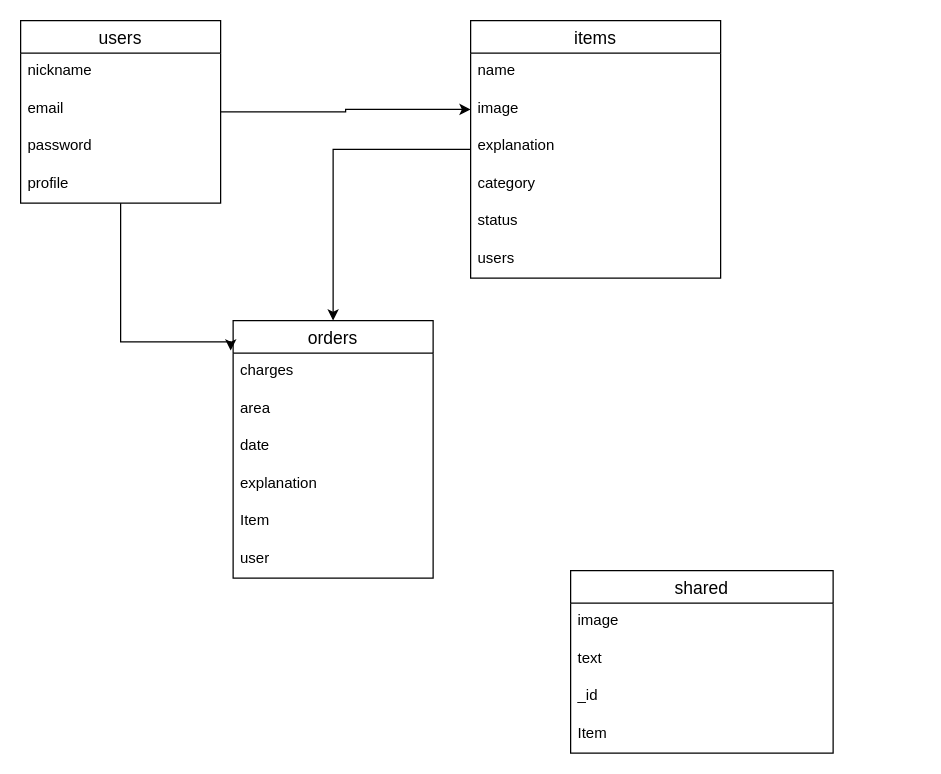
The draw.io diagram ER図.dio in Koutoubu/furima-35645, before the edit. Source tidied: cells renumbered, new cells numbered last; positions are measured from the earlier drawing's top-left corner, leaving out a move shared by most shapes. Both pictures are drawn from the tidied source at 125%, with x=0, y=0 at pixel (20, 20).
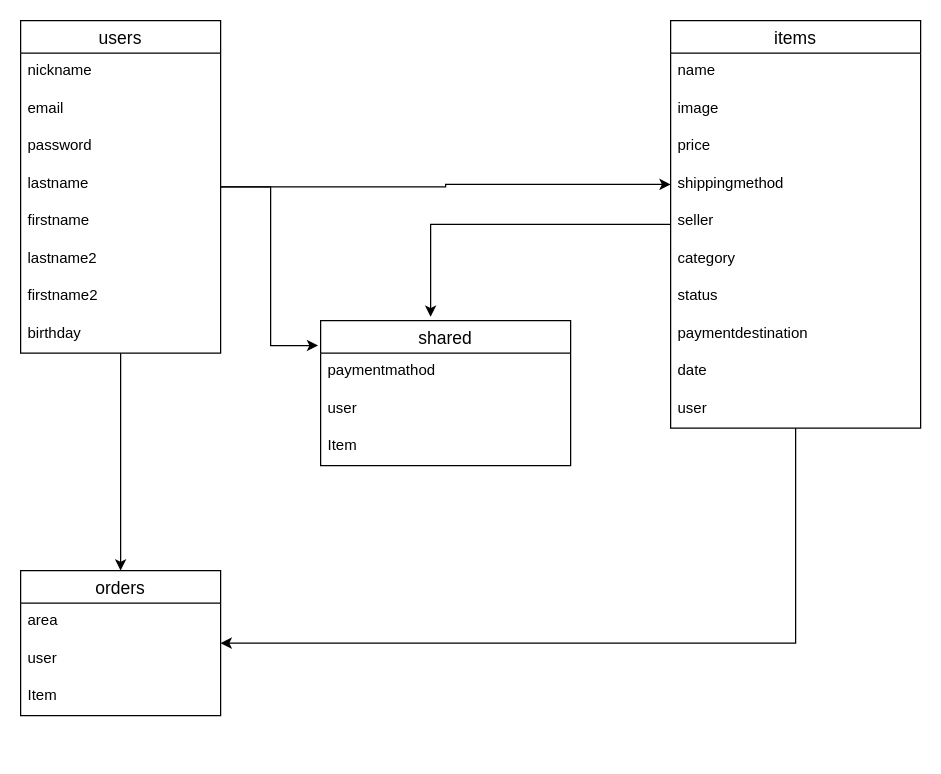
After the change.

Commit message (it also covers changes not shown here):
データベースの作成

The change refers to these unchanged cells:
```xml
<mxCell id="5" value="image" style="text;strokeColor=none;fillColor=none;spacingLeft=4;spacingRight=4;overflow=hidden;points=[[0,0.5],[1,0.5]];portConstraint=eastwest;fontSize=12;" parent="3" vertex="1">
  <mxGeometry y="56" width="200" height="30" as="geometry" />
</mxCell>
```

Change to the diagram source:
```diff
@@
     <mxCell id="2" style="edgeStyle=orthogonalEdgeStyle;rounded=0;jettySize=auto;html=1;" parent="1" edge="1" source="3" target="15">
-      <mxGeometry relative="1" as="geometry" />
+      <mxGeometry relative="1" as="geometry">
+        <Array as="points">
+          <mxPoint x="620" y="498" />
+        </Array>
+      </mxGeometry>
     </mxCell>
+    <mxCell id="29" style="edgeStyle=orthogonalEdgeStyle;rounded=0;jettySize=auto;html=1;entryX=0.44;entryY=-0.026;entryDx=0;entryDy=0;entryPerimeter=0;" parent="1" edge="1" source="3" target="10">
+      <mxGeometry relative="1" as="geometry">
+        <Array as="points">
+          <mxPoint x="328" y="163" />
+        </Array>
+      </mxGeometry>
+    </mxCell>
     <mxCell id="3" value="items" style="swimlane;fontStyle=0;horizontal=1;startSize=26;align=center;fontSize=14;" parent="1" vertex="1">
-      <mxGeometry x="360" width="200" height="206" as="geometry" />
+      <mxGeometry x="520" width="200" height="326" as="geometry" />
     </mxCell>
@@
-    <mxCell id="6" value="explanation" style="text;strokeColor=none;fillColor=none;spacingLeft=4;spacingRight=4;overflow=hidden;fontSize=12;align=left;" parent="3" vertex="1">
-      <mxGeometry y="86" width="200" height="30" as="geometry" />
-    </mxCell>
+    <mxCell id="30" value="price" style="text;strokeColor=none;fillColor=none;spacingLeft=4;spacingRight=4;overflow=hidden;fontSize=12;" parent="3" vertex="1">
+      <mxGeometry y="86" width="200" height="30" as="geometry" />
+    </mxCell>
+    <mxCell id="31" value="shippingmethod" style="text;strokeColor=none;fillColor=none;spacingLeft=4;spacingRight=4;overflow=hidden;points=[[0,0.5],[1,0.5]];portConstraint=eastwest;fontSize=12;" parent="3" vertex="1">
+      <mxGeometry y="116" width="200" height="30" as="geometry" />
+    </mxCell>
+    <mxCell id="32" value="seller" style="text;strokeColor=none;fillColor=none;spacingLeft=4;spacingRight=4;overflow=hidden;fontSize=12;" parent="3" vertex="1">
+      <mxGeometry y="146" width="200" height="30" as="geometry" />
+    </mxCell>
     <mxCell id="7" value="category" style="text;strokeColor=none;fillColor=none;spacingLeft=4;spacingRight=4;overflow=hidden;fontSize=12;align=left;" parent="3" vertex="1">
-      <mxGeometry y="116" width="200" height="30" as="geometry" />
+      <mxGeometry y="176" width="200" height="30" as="geometry" />
     </mxCell>
     <mxCell id="8" value="status" style="text;strokeColor=none;fillColor=none;spacingLeft=4;spacingRight=4;overflow=hidden;fontSize=12;align=left;" parent="3" vertex="1">
-      <mxGeometry y="146" width="200" height="30" as="geometry" />
+      <mxGeometry y="206" width="200" height="30" as="geometry" />
     </mxCell>
+    <mxCell id="6" value="paymentdestination" style="text;strokeColor=none;fillColor=none;spacingLeft=4;spacingRight=4;overflow=hidden;fontSize=12;align=left;" parent="3" vertex="1">
+      <mxGeometry y="236" width="200" height="30" as="geometry" />
+    </mxCell>
+    <mxCell id="18" value="date" style="text;strokeColor=none;fillColor=none;spacingLeft=4;spacingRight=4;overflow=hidden;fontSize=12;" parent="3" vertex="1">
+      <mxGeometry y="266" width="200" height="30" as="geometry" />
+    </mxCell>
-    <mxCell id="9" value="users" style="text;strokeColor=none;fillColor=none;spacingLeft=4;spacingRight=4;overflow=hidden;fontSize=12;align=left;" parent="3" vertex="1">
-      <mxGeometry y="176" width="200" height="30" as="geometry" />
+    <mxCell id="9" value="user" style="text;strokeColor=none;fillColor=none;spacingLeft=4;spacingRight=4;overflow=hidden;fontSize=12;align=left;" parent="3" vertex="1">
+      <mxGeometry y="296" width="200" height="30" as="geometry" />
     </mxCell>
     <mxCell id="10" value="shared" style="swimlane;fontStyle=0;horizontal=1;startSize=26;align=center;fontSize=14;" parent="1" vertex="1">
-      <mxGeometry x="440" y="440" width="210" height="146" as="geometry" />
+      <mxGeometry x="240" y="240" width="200" height="116" as="geometry" />
     </mxCell>
-    <mxCell id="11" value="image" style="text;strokeColor=none;fillColor=none;spacingLeft=4;spacingRight=4;overflow=hidden;fontSize=12;" parent="10" vertex="1">
-      <mxGeometry y="26" width="210" height="30" as="geometry" />
-    </mxCell>
-    <mxCell id="12" value="text" style="text;strokeColor=none;fillColor=none;spacingLeft=4;spacingRight=4;overflow=hidden;fontSize=12;" parent="10" vertex="1">
-      <mxGeometry y="56" width="210" height="30" as="geometry" />
+    <mxCell id="12" value="paymentmathod" style="text;strokeColor=none;fillColor=none;spacingLeft=4;spacingRight=4;overflow=hidden;fontSize=12;" parent="10" vertex="1">
+      <mxGeometry y="26" width="200" height="30" as="geometry" />
     </mxCell>
-    <mxCell id="13" value="_id" style="text;strokeColor=none;fillColor=none;spacingLeft=4;spacingRight=4;overflow=hidden;fontSize=12;" parent="10" vertex="1">
-      <mxGeometry y="86" width="210" height="30" as="geometry" />
+    <mxCell id="13" value="user" style="text;strokeColor=none;fillColor=none;spacingLeft=4;spacingRight=4;overflow=hidden;fontSize=12;" parent="10" vertex="1">
+      <mxGeometry y="56" width="200" height="30" as="geometry" />
     </mxCell>
     <mxCell id="14" value="Item" style="text;strokeColor=none;fillColor=none;spacingLeft=4;spacingRight=4;overflow=hidden;fontSize=12;align=left;" parent="10" vertex="1">
-      <mxGeometry y="116" width="210" height="30" as="geometry" />
+      <mxGeometry y="86" width="200" height="30" as="geometry" />
     </mxCell>
     <mxCell id="15" value="orders" style="swimlane;fontStyle=0;horizontal=1;startSize=26;align=center;fontSize=14;" parent="1" vertex="1">
-      <mxGeometry x="170" y="240" width="160" height="206" as="geometry" />
+      <mxGeometry y="440" width="160" height="116" as="geometry" />
     </mxCell>
-    <mxCell id="16" value="charges" style="text;strokeColor=none;fillColor=none;spacingLeft=4;spacingRight=4;overflow=hidden;fontSize=12;" parent="15" vertex="1">
-      <mxGeometry y="26" width="160" height="30" as="geometry" />
-    </mxCell>
     <mxCell id="17" value="area" style="text;strokeColor=none;fillColor=none;spacingLeft=4;spacingRight=4;overflow=hidden;fontSize=12;align=left;" parent="15" vertex="1">
-      <mxGeometry y="56" width="160" height="30" as="geometry" />
+      <mxGeometry y="26" width="160" height="30" as="geometry" />
     </mxCell>
-    <mxCell id="18" value="date" style="text;strokeColor=none;fillColor=none;spacingLeft=4;spacingRight=4;overflow=hidden;fontSize=12;align=left;" parent="15" vertex="1">
-      <mxGeometry y="86" width="160" height="30" as="geometry" />
-    </mxCell>
-    <mxCell id="19" value="explanation" style="text;strokeColor=none;fillColor=none;spacingLeft=4;spacingRight=4;overflow=hidden;fontSize=12;align=left;" parent="15" vertex="1">
-      <mxGeometry y="116" width="160" height="30" as="geometry" />
-    </mxCell>
+    <mxCell id="21" value="user" style="text;strokeColor=none;fillColor=none;spacingLeft=4;spacingRight=4;overflow=hidden;fontSize=12;align=left;" parent="15" vertex="1">
+      <mxGeometry y="56" width="160" height="30" as="geometry" />
+    </mxCell>
     <mxCell id="20" value="Item" style="text;strokeColor=none;fillColor=none;spacingLeft=4;spacingRight=4;overflow=hidden;fontSize=12;align=left;" parent="15" vertex="1">
-      <mxGeometry y="146" width="160" height="30" as="geometry" />
+      <mxGeometry y="86" width="160" height="30" as="geometry" />
     </mxCell>
-    <mxCell id="21" value="user" style="text;strokeColor=none;fillColor=none;spacingLeft=4;spacingRight=4;overflow=hidden;fontSize=12;align=left;" parent="15" vertex="1">
-      <mxGeometry y="176" width="160" height="30" as="geometry" />
-    </mxCell>
-    <mxCell id="22" style="edgeStyle=orthogonalEdgeStyle;rounded=0;jettySize=auto;html=1;entryX=0;entryY=0.5;entryDx=0;entryDy=0;" parent="1" edge="1" source="24" target="5">
-      <mxGeometry relative="1" as="geometry" />
-    </mxCell>
+    <mxCell id="33" style="edgeStyle=orthogonalEdgeStyle;rounded=0;jettySize=auto;html=1;entryX=0;entryY=0.5;entryDx=0;entryDy=0;" parent="1" edge="1" source="24" target="31">
+      <mxGeometry relative="1" as="geometry" />
+    </mxCell>
-    <mxCell id="23" style="edgeStyle=orthogonalEdgeStyle;rounded=0;jettySize=auto;html=1;entryX=-0.012;entryY=0.116;entryDx=0;entryDy=0;entryPerimeter=0;" parent="1" edge="1" source="24" target="15">
-      <mxGeometry relative="1" as="geometry">
-        <Array as="points">
-          <mxPoint x="80" y="257" />
-        </Array>
-      </mxGeometry>
+    <mxCell id="23" style="edgeStyle=orthogonalEdgeStyle;rounded=0;jettySize=auto;html=1;entryX=0.5;entryY=0;entryDx=0;entryDy=0;" parent="1" edge="1" source="24" target="15">
+      <mxGeometry relative="1" as="geometry" />
     </mxCell>
+    <mxCell id="34" style="edgeStyle=orthogonalEdgeStyle;rounded=0;jettySize=auto;html=1;entryX=-0.01;entryY=0.172;entryDx=0;entryDy=0;entryPerimeter=0;" parent="1" edge="1" source="24" target="10">
+      <mxGeometry relative="1" as="geometry" />
+    </mxCell>
     <mxCell id="24" value="users" style="swimlane;fontStyle=0;horizontal=1;startSize=26;align=center;fontSize=14;" parent="1" vertex="1">
-      <mxGeometry width="160" height="146" as="geometry" />
+      <mxGeometry width="160" height="266" as="geometry" />
     </mxCell>
@@
-    <mxCell id="28" value="profile" style="text;strokeColor=none;fillColor=none;spacingLeft=4;spacingRight=4;overflow=hidden;fontSize=12;align=left;" parent="24" vertex="1">
-      <mxGeometry y="116" width="160" height="30" as="geometry" />
-    </mxCell>
+    <mxCell id="35" value="lastname" style="text;strokeColor=none;fillColor=none;spacingLeft=4;spacingRight=4;overflow=hidden;fontSize=12;" parent="24" vertex="1">
+      <mxGeometry y="116" width="160" height="30" as="geometry" />
+    </mxCell>
+    <mxCell id="36" value="firstname" style="text;strokeColor=none;fillColor=none;spacingLeft=4;spacingRight=4;overflow=hidden;fontSize=12;" parent="24" vertex="1">
+      <mxGeometry y="146" width="160" height="30" as="geometry" />
+    </mxCell>
+    <mxCell id="37" value="lastname2" style="text;strokeColor=none;fillColor=none;spacingLeft=4;spacingRight=4;overflow=hidden;fontSize=12;" parent="24" vertex="1">
+      <mxGeometry y="176" width="160" height="30" as="geometry" />
+    </mxCell>
+    <mxCell id="38" value="firstname2" style="text;strokeColor=none;fillColor=none;spacingLeft=4;spacingRight=4;overflow=hidden;fontSize=12;" parent="24" vertex="1">
+      <mxGeometry y="206" width="160" height="30" as="geometry" />
+    </mxCell>
+    <mxCell id="39" value="birthday" style="text;strokeColor=none;fillColor=none;spacingLeft=4;spacingRight=4;overflow=hidden;fontSize=12;" parent="24" vertex="1">
+      <mxGeometry y="236" width="160" height="30" as="geometry" />
+    </mxCell>
```
